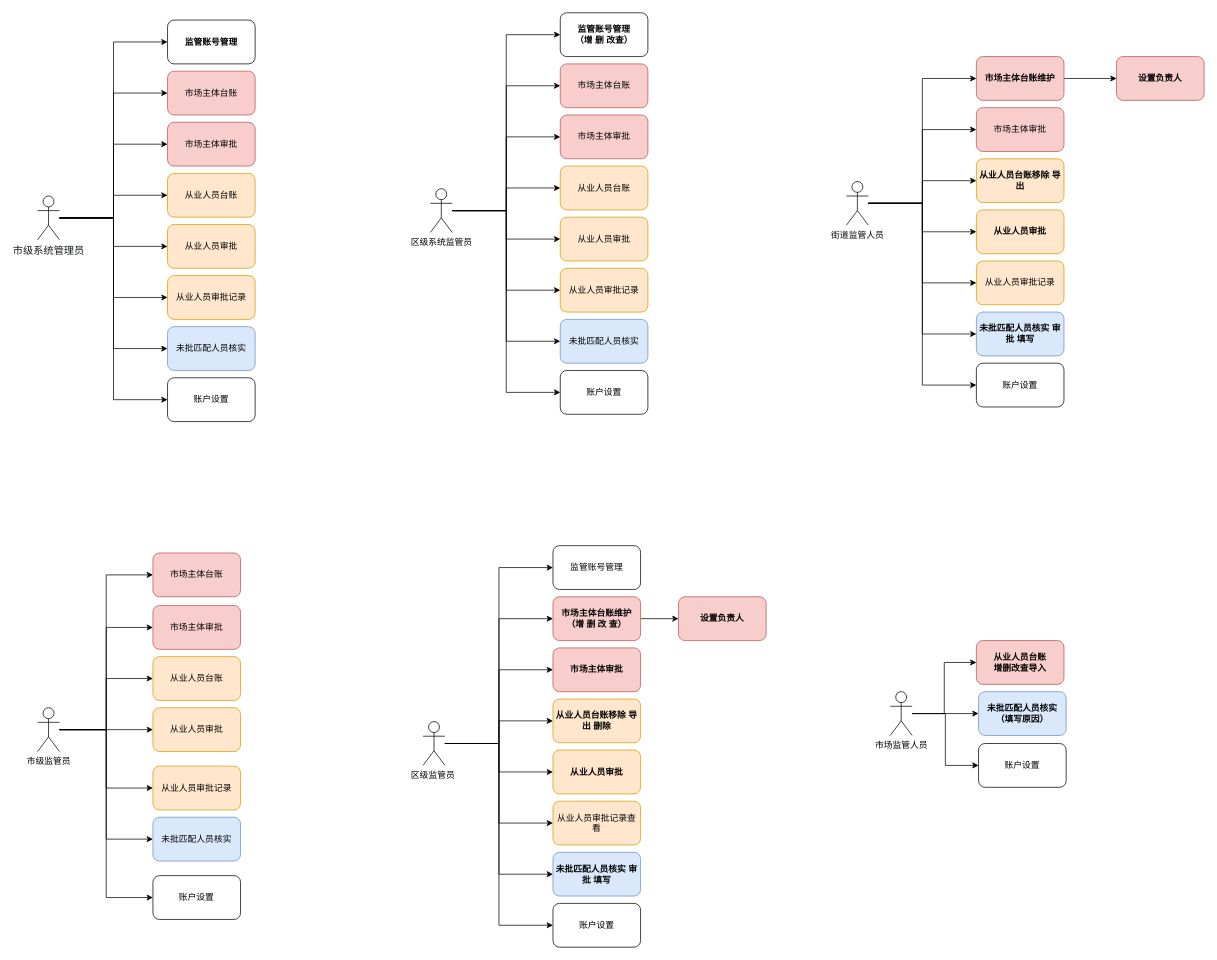
The draw.io diagram page "usercase" (1 of 2) of Untitled Diagram.drawio in qingfeng826/TestGit, before the edit. Source tidied: cells renumbered, new cells numbered last; positions are measured from the earlier drawing's top-left corner, leaving out a move shared by most shapes. Both pictures are drawn from the tidied source at 73%, with x=0, y=0 at pixel (37, 12).
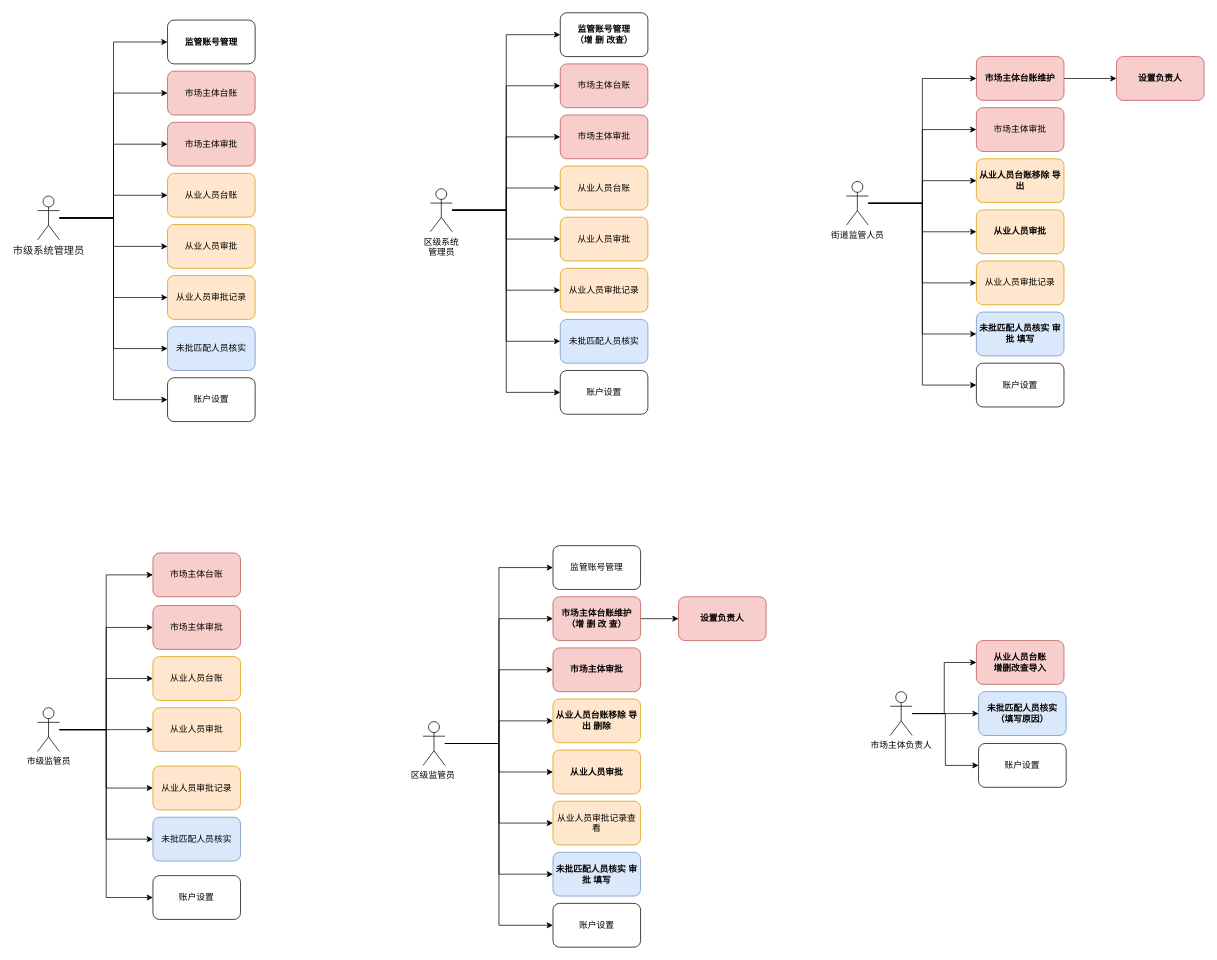
After the change.

What changed in the source:
```diff
@@
-    <mxCell id="42" value="区级系统监管员" style="shape=umlActor;verticalLabelPosition=bottom;verticalAlign=top;html=1;outlineConnect=0;" parent="1" vertex="1">
-      <mxGeometry x="538" y="241" width="30" height="60" as="geometry" />
+    <mxCell id="42" value="区级系统&lt;br&gt;管理员" style="shape=umlActor;verticalLabelPosition=bottom;verticalAlign=top;html=1;outlineConnect=0;" parent="1" vertex="1">
+      <mxGeometry x="538" y="241" width="30" height="59" as="geometry" />
     </mxCell>
@@
-    <mxCell id="90" value="市场监管人员" style="shape=umlActor;verticalLabelPosition=bottom;verticalAlign=top;html=1;outlineConnect=0;" parent="1" vertex="1">
+    <mxCell id="90" value="&lt;span lang=&quot;zh-CN&quot;&gt;市场主体负责人&lt;/span&gt;&lt;span lang=&quot;en-US&quot;&gt;&lt;/span&gt;" style="shape=umlActor;verticalLabelPosition=bottom;verticalAlign=top;html=1;outlineConnect=0;" parent="1" vertex="1">
       <mxGeometry x="1168" y="930" width="30" height="60" as="geometry" />
     </mxCell>
```
